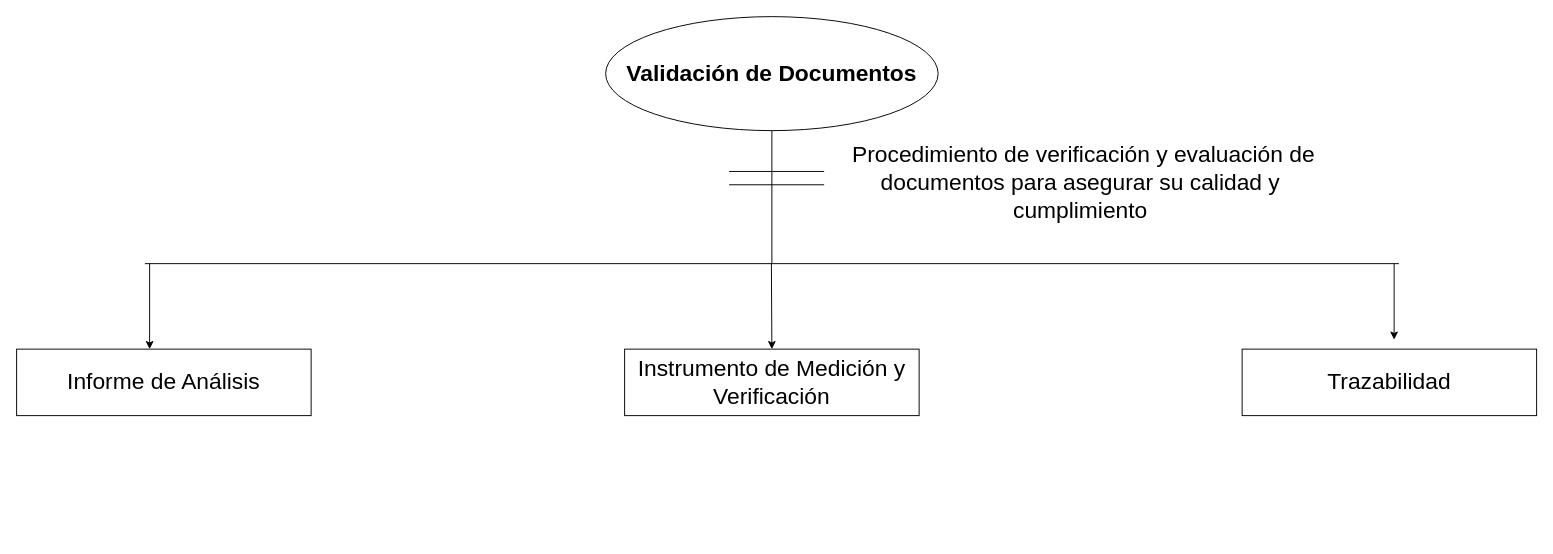
Earlier version of the draw.io diagram Diagrama sin título.drawio (SDDIDIER22/courser-test1). Source tidied: cells renumbered, new cells numbered last; positions are measured from the earlier drawing's top-left corner, leaving out a move shared by most shapes. Both pictures are drawn from the tidied source at 95%, with x=0, y=0 at pixel (16, 16).
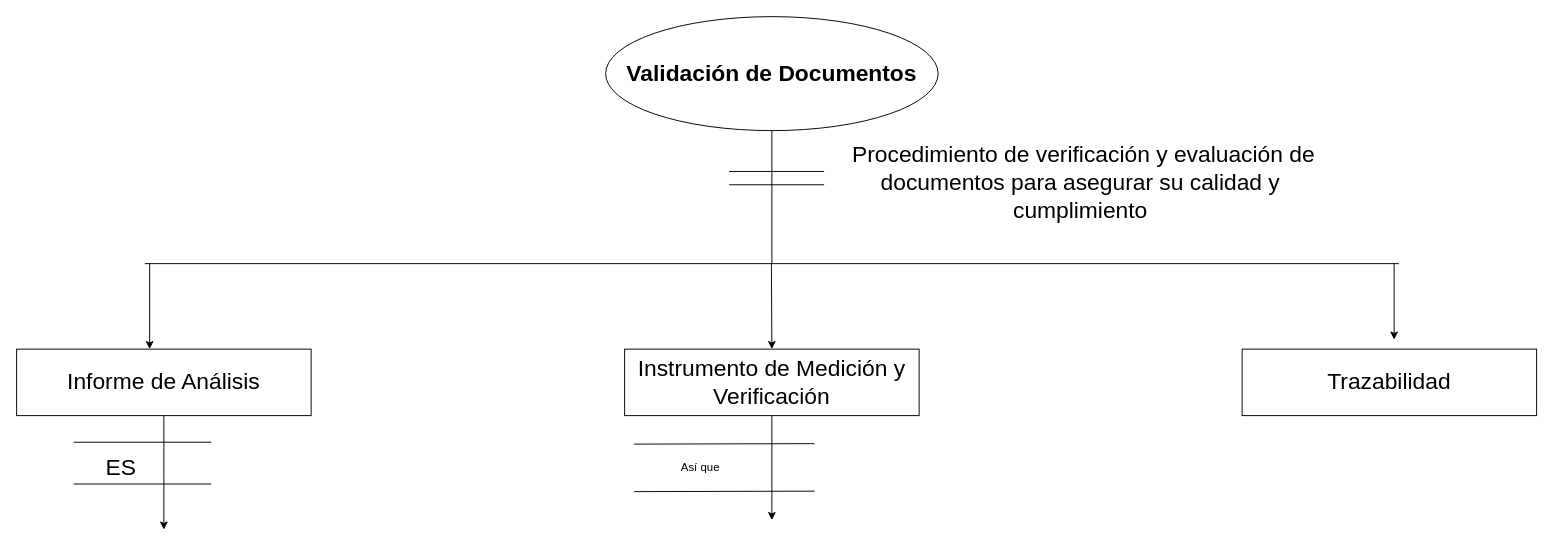
The same diagram, later.

The change refers to these unchanged cells:
```xml
<mxCell id="10" value="&lt;font style=&quot;font-size: 24px;&quot;&gt;Informe de Análisis&lt;/font&gt;" style="rounded=0;whiteSpace=wrap;html=1;" parent="1" vertex="1">
  <mxGeometry y="350" width="310" height="70" as="geometry" />
</mxCell>
<mxCell id="12" value="&lt;font style=&quot;font-size: 24px;&quot;&gt;Instrumento de Medición y Verificación &lt;/font&gt;" style="rounded=0;whiteSpace=wrap;html=1;" parent="1" vertex="1">
  <mxGeometry x="640" y="350" width="310" height="70" as="geometry" />
</mxCell>
```

Change to the diagram source:
```diff
@@
+    <mxCell id="14" style="edgeStyle=orthogonalEdgeStyle;rounded=0;jettySize=auto;html=1;" parent="1" edge="1" source="10">
+      <mxGeometry relative="1" as="geometry">
+        <mxPoint x="155" y="540" as="targetPoint" />
+      </mxGeometry>
+    </mxCell>
@@
+    <mxCell id="15" style="edgeStyle=orthogonalEdgeStyle;rounded=0;jettySize=auto;html=1;" parent="1" edge="1" source="12">
+      <mxGeometry relative="1" as="geometry">
+        <mxPoint x="795" y="530" as="targetPoint" />
+      </mxGeometry>
+    </mxCell>
@@
+    <mxCell id="16" style="shape=link;html=1;rounded=0;width=44;" parent="1" edge="1">
+      <mxGeometry relative="1" as="geometry">
+        <mxPoint x="60" y="470" as="sourcePoint" />
+        <mxPoint x="205" y="470" as="targetPoint" />
+      </mxGeometry>
+    </mxCell>
+    <mxCell id="17" value="&lt;font style=&quot;font-size: 24px;&quot;&gt;ES&lt;/font&gt;" style="text;html=1;strokeColor=none;fillColor=none;align=center;verticalAlign=middle;whiteSpace=wrap;rounded=0;" parent="1" vertex="1">
+      <mxGeometry x="80" y="460" width="60" height="30" as="geometry" />
+    </mxCell>
+    <mxCell id="18" style="shape=link;html=1;rounded=0;width=50;" parent="1" edge="1">
+      <mxGeometry relative="1" as="geometry">
+        <mxPoint x="650" y="475" as="sourcePoint" />
+        <mxPoint x="840" y="474.5" as="targetPoint" />
+      </mxGeometry>
+    </mxCell>
+    <mxCell id="19" value="Así que" style="text;html=1;strokeColor=none;fillColor=none;align=center;verticalAlign=middle;whiteSpace=wrap;rounded=0;" parent="1" vertex="1">
+      <mxGeometry x="690" y="460" width="60" height="30" as="geometry" />
+    </mxCell>
```
